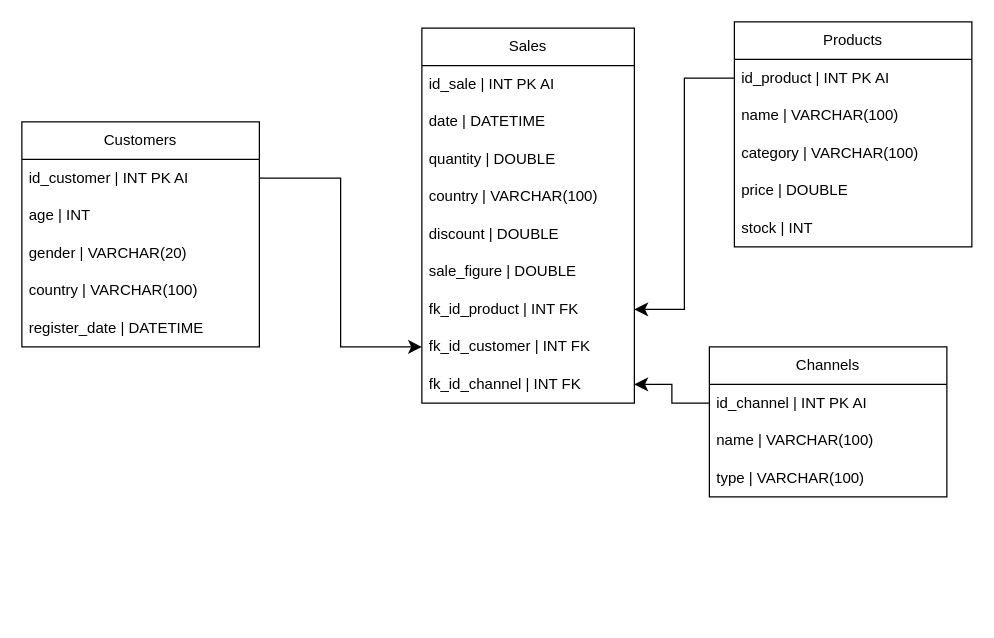
Earlier version of the draw.io diagram schema/Analytical database schema (star model).drawio (Titi7750/workshop_client_2). Source tidied: cells renumbered, new cells numbered last; positions are measured from the earlier drawing's top-left corner, leaving out a move shared by most shapes. Both pictures are drawn from the tidied source at 125%, with x=0, y=0 at pixel (21, 21).
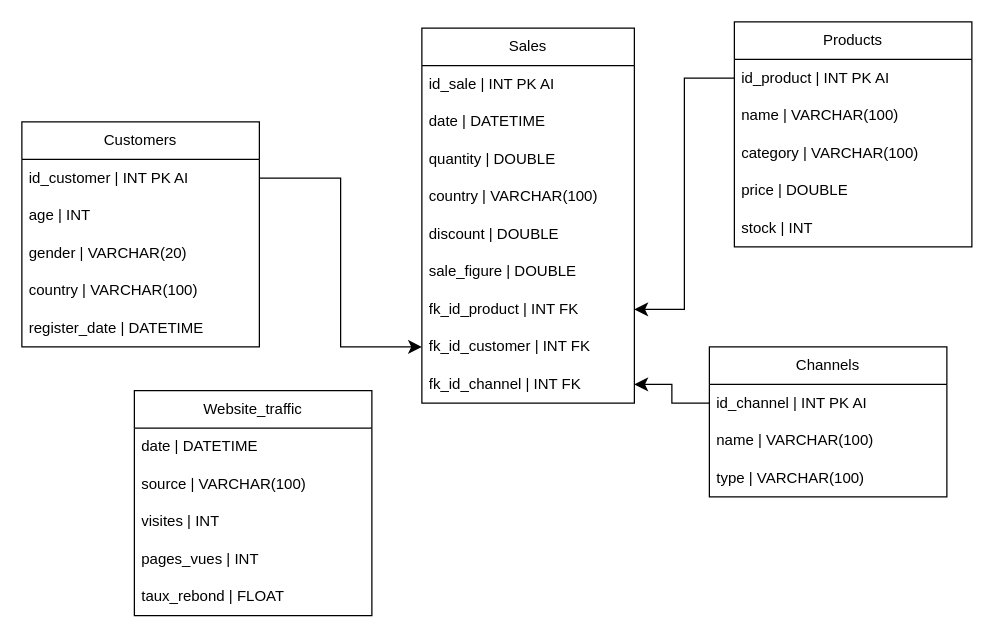
After the change.

Commit message (it also covers changes not shown here):
[DOCS POWERBI DRAWIO]: Change star model & delete 'Canal' table in Power BI

What changed in the source:
```diff
@@
+    <mxCell id="31" value="Website_traffic" style="swimlane;fontStyle=0;horizontal=1;startSize=30;whiteSpace=wrap;html=1;" parent="1" vertex="1">
+      <mxGeometry x="90" y="295" width="190" height="180" as="geometry" />
+    </mxCell>
+    <mxCell id="32" value="date | DATETIME" style="text;strokeColor=none;fillColor=none;align=left;verticalAlign=middle;spacingLeft=4;spacingRight=4;overflow=hidden;whiteSpace=wrap;html=1;" parent="31" vertex="1">
+      <mxGeometry y="30" width="190" height="30" as="geometry" />
+    </mxCell>
+    <mxCell id="33" value="source | VARCHAR(100)" style="text;strokeColor=none;fillColor=none;align=left;verticalAlign=middle;spacingLeft=4;spacingRight=4;overflow=hidden;whiteSpace=wrap;html=1;" parent="31" vertex="1">
+      <mxGeometry y="60" width="190" height="30" as="geometry" />
+    </mxCell>
+    <mxCell id="34" value="visites | INT" style="text;strokeColor=none;fillColor=none;align=left;verticalAlign=middle;spacingLeft=4;spacingRight=4;overflow=hidden;whiteSpace=wrap;html=1;" parent="31" vertex="1">
+      <mxGeometry y="90" width="190" height="30" as="geometry" />
+    </mxCell>
+    <mxCell id="35" value="pages_vues | INT" style="text;strokeColor=none;fillColor=none;align=left;verticalAlign=middle;spacingLeft=4;spacingRight=4;overflow=hidden;whiteSpace=wrap;html=1;" parent="31" vertex="1">
+      <mxGeometry y="120" width="190" height="30" as="geometry" />
+    </mxCell>
+    <mxCell id="36" value="taux_rebond | FLOAT" style="text;strokeColor=none;fillColor=none;align=left;verticalAlign=middle;spacingLeft=4;spacingRight=4;overflow=hidden;whiteSpace=wrap;html=1;" parent="31" vertex="1">
+      <mxGeometry y="150" width="190" height="30" as="geometry" />
+    </mxCell>
```
